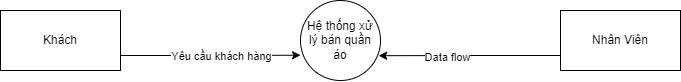
This is DFD1.png from InfiniteByte1811/branch1, a draw.io export, as it was before one commit. Source tidied: cells renumbered, new cells last; positions are measured from the earlier drawing's top-left corner, leaving out a move shared by most shapes.
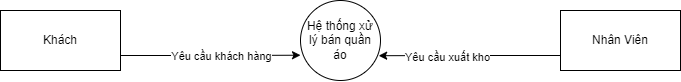
The same file after the commit.

Commit message:
Cập nhật DFD1.png

Diff of the diagram source:
```diff
@@ -8,7 +8,7 @@
     <mxCell id="3" style="edgeStyle=orthogonalEdgeStyle;rounded=0;jettySize=auto;html=1;exitX=0;exitY=0.75;exitDx=0;exitDy=0;entryX=0.977;entryY=0.69;entryDx=0;entryDy=0;entryPerimeter=0;" parent="1" edge="1" source="5" target="2">
       <mxGeometry relative="1" as="geometry" />
     </mxCell>
-    <mxCell id="4" value="Data flow" style="edgeLabel;html=1;align=center;verticalAlign=middle;" parent="3" vertex="1">
+    <mxCell id="4" value="Yêu cầu xuất kho" style="edgeLabel;html=1;align=center;verticalAlign=middle;" parent="3" vertex="1">
       <mxGeometry x="0.25" y="1" relative="1" as="geometry" />
     </mxCell>
     <mxCell id="5" value="Nhân Viên" style="rounded=0;whiteSpace=wrap;html=1;" parent="1" vertex="1">
```
